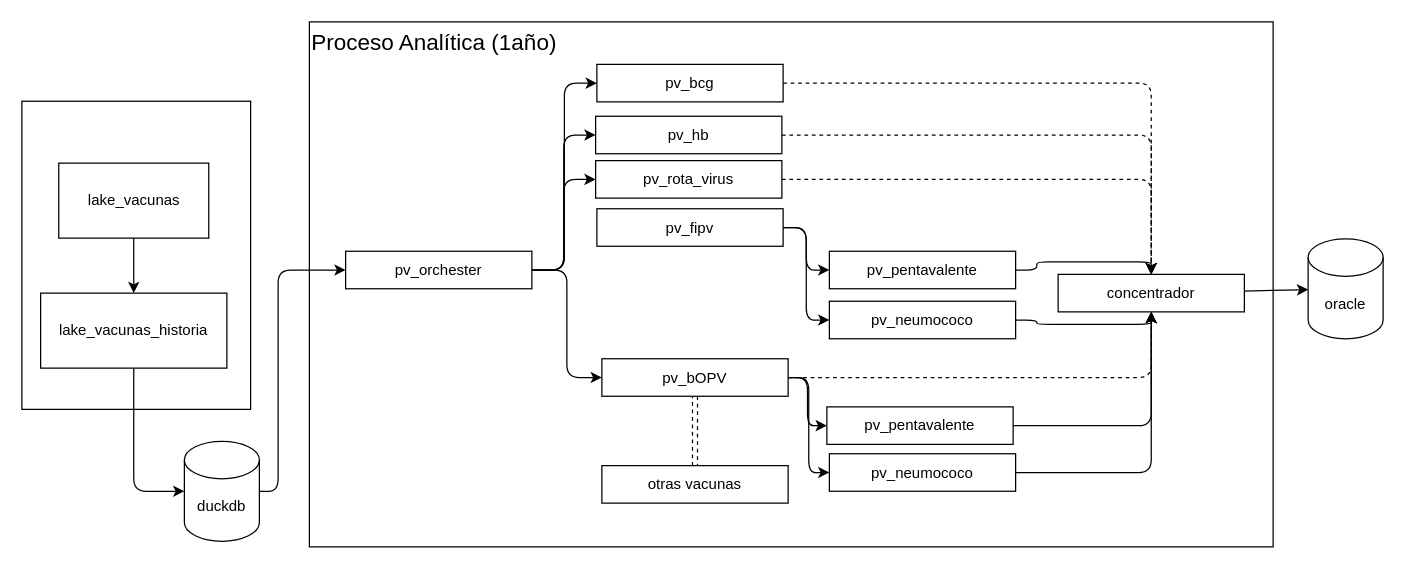
Before: documentacion/vacunacion_esquema_regular/proceso.drawio in rolo1410/msp-ops-vacunacion, a draw.io diagram. Source tidied: cells renumbered, new cells numbered last; positions are measured from the earlier drawing's top-left corner, leaving out a move shared by most shapes. Both pictures are drawn from the tidied source at 125%, with x=0, y=0 at pixel (21, 21).
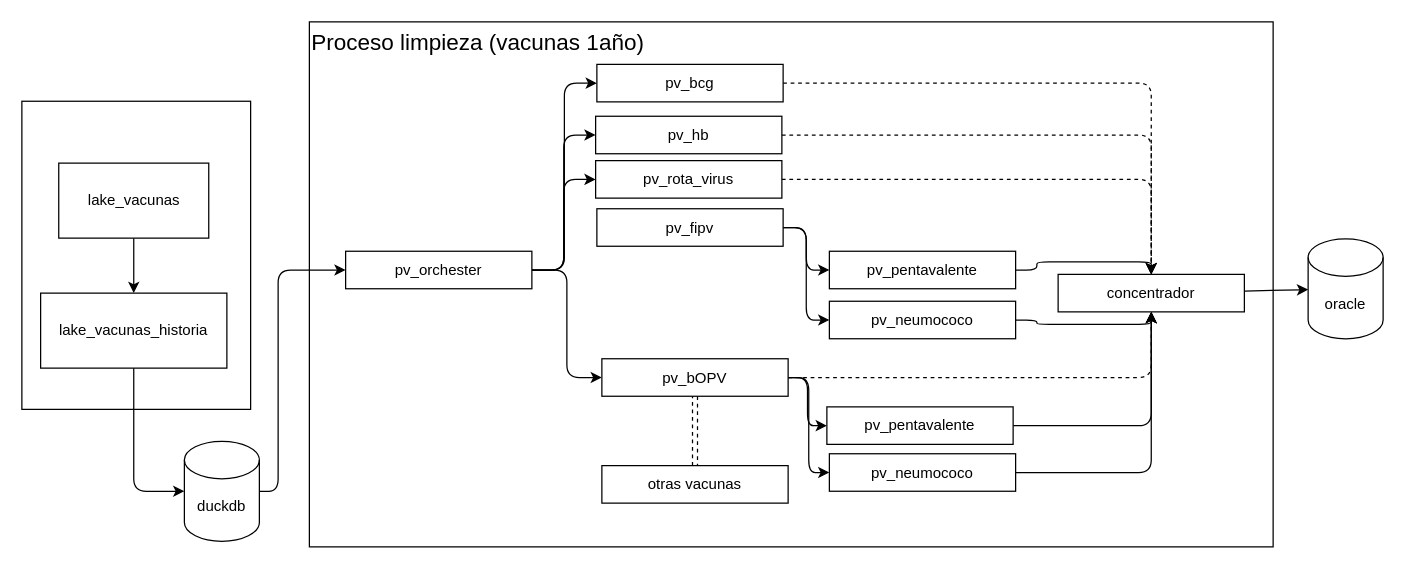
The same page after the edit.

The edit, as a diff of the source:
```diff
@@
-    <mxCell id="2" value="Proceso Analítica (1año)" style="rounded=0;whiteSpace=wrap;html=1;align=left;verticalAlign=top;fontSize=18;" parent="1" vertex="1">
+    <mxCell id="2" value="Proceso limpieza (vacunas 1año)" style="rounded=0;whiteSpace=wrap;html=1;align=left;verticalAlign=top;fontSize=18;" parent="1" vertex="1">
       <mxGeometry x="230" width="771" height="420" as="geometry" />
     </mxCell>
```
